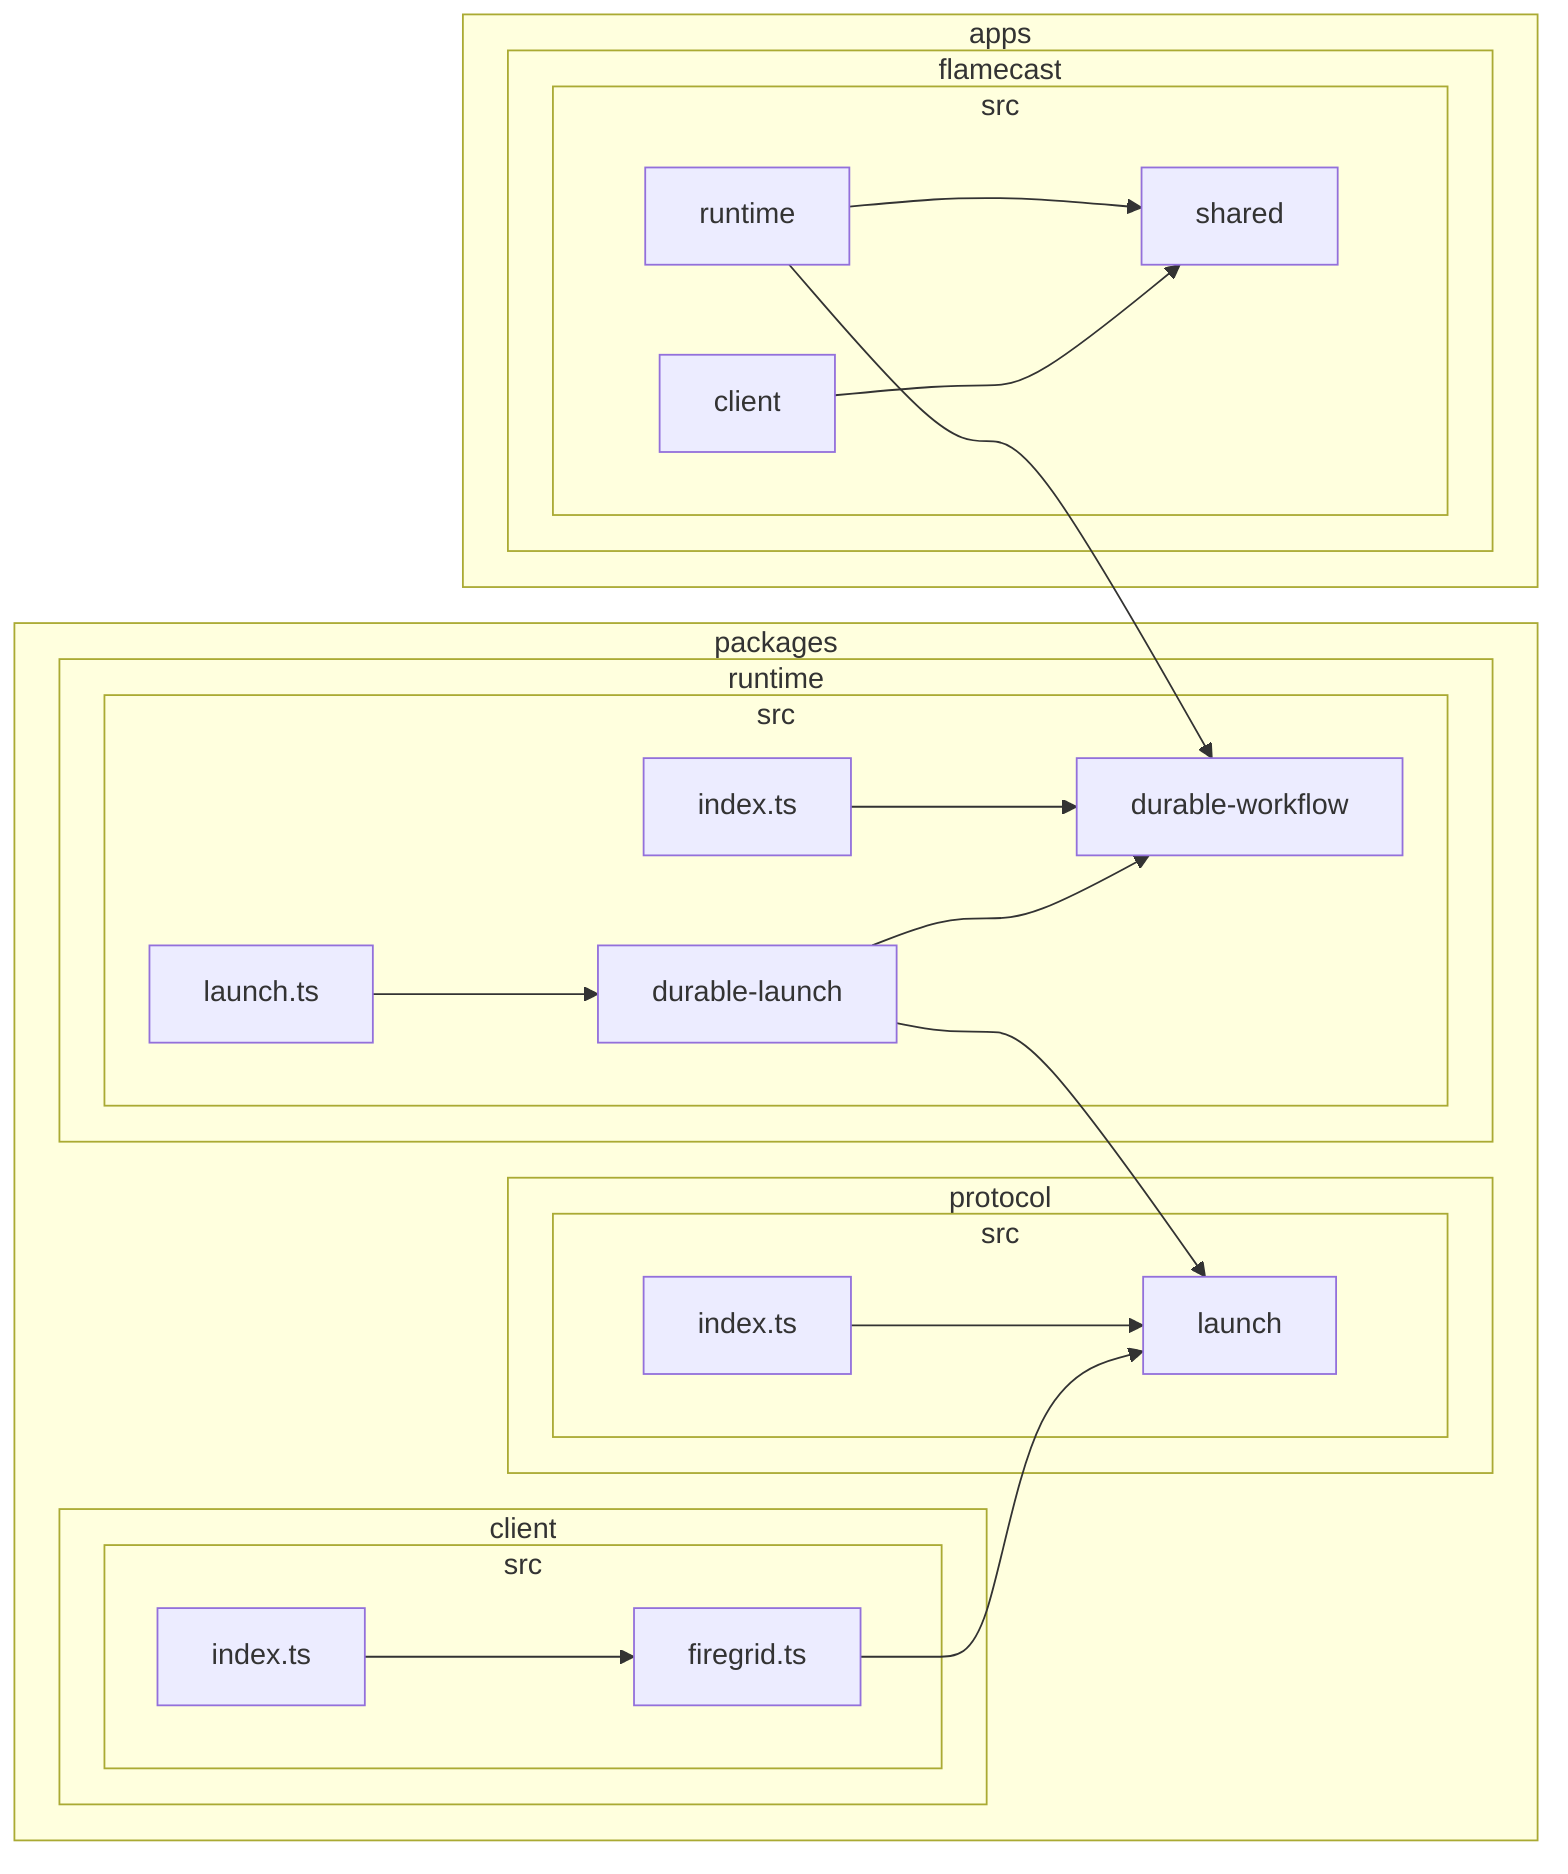
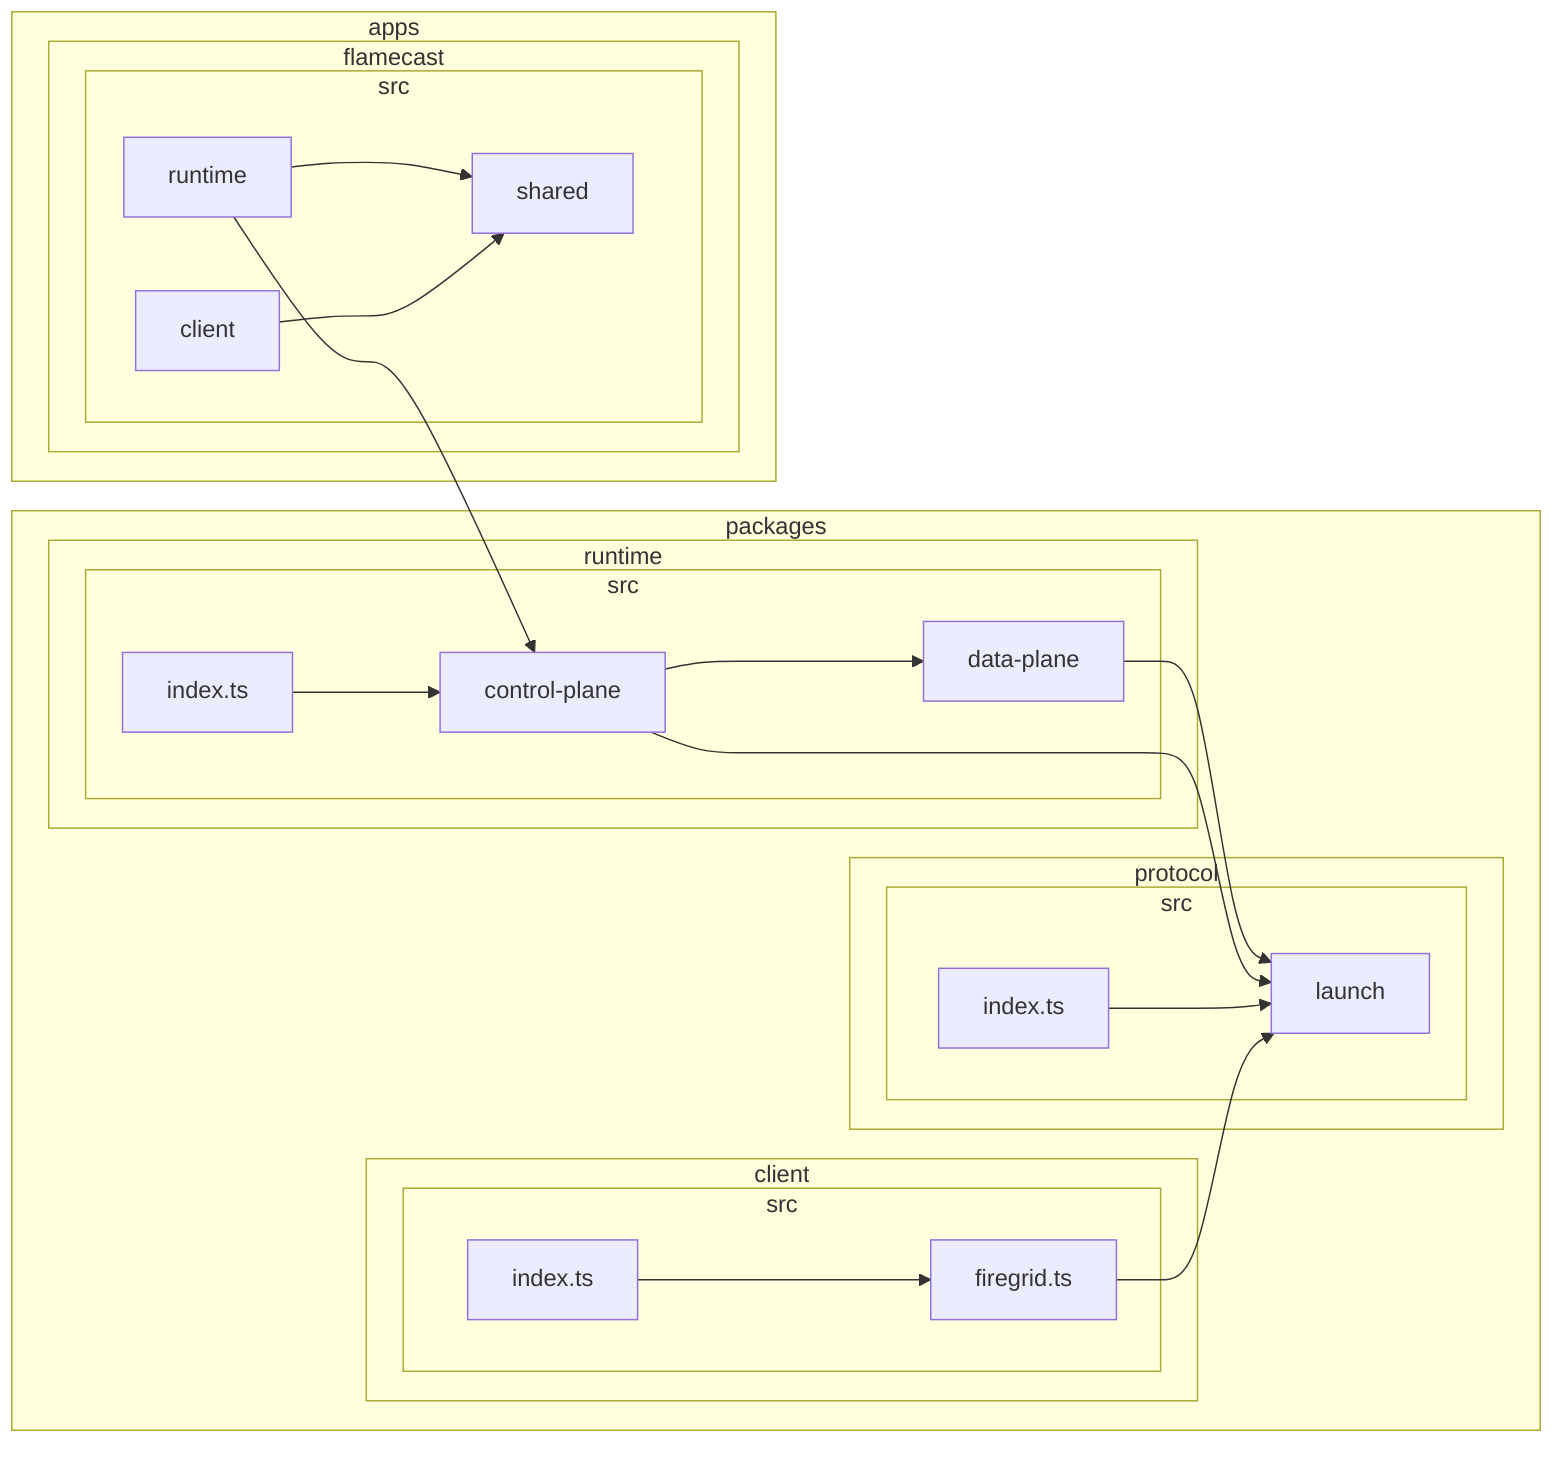
flowchart LR

subgraph 0["apps"]
subgraph 1["flamecast"]
subgraph 2["src"]
3["client"]
4["runtime"]
5["shared"]
end
end
end
subgraph 6["packages"]
subgraph 7["client"]
subgraph 8["src"]
9["firegrid.ts"]
A["index.ts"]
end
end
subgraph B["protocol"]
subgraph C["src"]
D["index.ts"]
E["launch"]
end
end
subgraph F["runtime"]
subgraph G["src"]
- H["durable-launch"]
- I["durable-workflow"]
+ H["control-plane"]
+ I["data-plane"]
J["index.ts"]
- K["launch.ts"]
end
end
end
3-->5
4-->5
- 4-->I
+ 4-->H
9-->E
A-->9
D-->E
H-->I
H-->E
- J-->I
- K-->H
+ I-->E
+ J-->H
